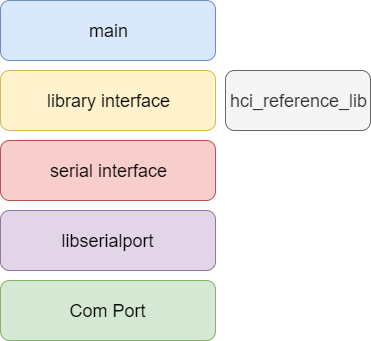
This is img/hci_reference_design.png from yesj/hci_host_reference_design, a draw.io export, as it was before one commit. Source tidied: cells renumbered, new cells last; positions are measured from the earlier drawing's top-left corner, leaving out a move shared by most shapes. Its diagram source:
```xml
<mxGraphModel>
  <root>
    <mxCell id="0" />
    <mxCell id="1" parent="0" />
    <mxCell id="2" value="&lt;font style=&quot;font-size: 18px&quot;&gt;main&lt;/font&gt;" style="rounded=1;whiteSpace=wrap;html=1;fillColor=#dae8fc;strokeColor=#6c8ebf;" parent="1" vertex="1">
      <mxGeometry width="215" height="60" as="geometry" />
    </mxCell>
    <mxCell id="3" value="&lt;font style=&quot;font-size: 18px&quot;&gt;library interface&lt;/font&gt;" style="rounded=1;whiteSpace=wrap;html=1;fillColor=#fff2cc;strokeColor=#d6b656;" parent="1" vertex="1">
      <mxGeometry y="70" width="215" height="60" as="geometry" />
    </mxCell>
    <mxCell id="4" value="&lt;font style=&quot;font-size: 18px&quot;&gt;serial interface&lt;br&gt;&lt;/font&gt;" style="rounded=1;whiteSpace=wrap;html=1;fillColor=#f8cecc;strokeColor=#b85450;" parent="1" vertex="1">
      <mxGeometry y="140" width="215" height="60" as="geometry" />
    </mxCell>
    <mxCell id="5" value="&lt;font style=&quot;font-size: 18px&quot;&gt;Com Port&lt;/font&gt;" style="rounded=1;whiteSpace=wrap;html=1;fillColor=#d5e8d4;strokeColor=#82b366;" parent="1" vertex="1">
      <mxGeometry y="280" width="215" height="60" as="geometry" />
    </mxCell>
    <mxCell id="6" value="&lt;font style=&quot;font-size: 18px&quot;&gt;hci_reference_lib&lt;/font&gt;" style="rounded=1;whiteSpace=wrap;html=1;fillColor=#f5f5f5;strokeColor=#666666;fontColor=#333333;" parent="1" vertex="1">
      <mxGeometry x="225" y="70" width="145" height="60" as="geometry" />
    </mxCell>
    <mxCell id="7" value="&lt;font style=&quot;font-size: 18px&quot;&gt;libserialport&lt;/font&gt;" style="rounded=1;whiteSpace=wrap;html=1;fillColor=#e1d5e7;strokeColor=#9673a6;" parent="1" vertex="1">
      <mxGeometry y="210" width="215" height="60" as="geometry" />
    </mxCell>
  </root>
</mxGraphModel>
```
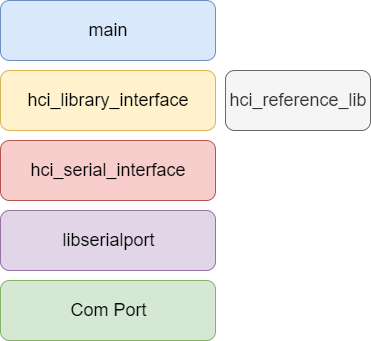
The same file after the commit.

Commit message:
Add new stack image, clean up

Change to the diagram source:
```diff
@@ -5,10 +5,10 @@
     <mxCell id="2" value="&lt;font style=&quot;font-size: 18px&quot;&gt;main&lt;/font&gt;" style="rounded=1;whiteSpace=wrap;html=1;fillColor=#dae8fc;strokeColor=#6c8ebf;" parent="1" vertex="1">
       <mxGeometry width="215" height="60" as="geometry" />
     </mxCell>
-    <mxCell id="3" value="&lt;font style=&quot;font-size: 18px&quot;&gt;library interface&lt;/font&gt;" style="rounded=1;whiteSpace=wrap;html=1;fillColor=#fff2cc;strokeColor=#d6b656;" parent="1" vertex="1">
+    <mxCell id="3" value="&lt;font style=&quot;font-size: 18px&quot;&gt;hci_library_interface&lt;/font&gt;" style="rounded=1;whiteSpace=wrap;html=1;fillColor=#fff2cc;strokeColor=#d6b656;" parent="1" vertex="1">
       <mxGeometry y="70" width="215" height="60" as="geometry" />
     </mxCell>
-    <mxCell id="4" value="&lt;font style=&quot;font-size: 18px&quot;&gt;serial interface&lt;br&gt;&lt;/font&gt;" style="rounded=1;whiteSpace=wrap;html=1;fillColor=#f8cecc;strokeColor=#b85450;" parent="1" vertex="1">
+    <mxCell id="4" value="&lt;font style=&quot;font-size: 18px&quot;&gt;hci_serial_interface&lt;br&gt;&lt;/font&gt;" style="rounded=1;whiteSpace=wrap;html=1;fillColor=#f8cecc;strokeColor=#b85450;" parent="1" vertex="1">
       <mxGeometry y="140" width="215" height="60" as="geometry" />
     </mxCell>
     <mxCell id="5" value="&lt;font style=&quot;font-size: 18px&quot;&gt;Com Port&lt;/font&gt;" style="rounded=1;whiteSpace=wrap;html=1;fillColor=#d5e8d4;strokeColor=#82b366;" parent="1" vertex="1">
```
